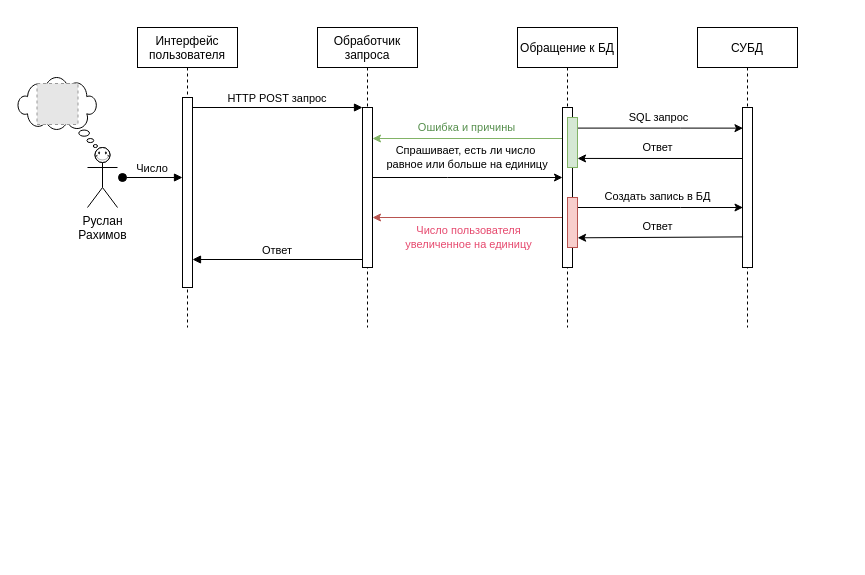
rmrakhimov/achive_2 keeps this draw.io diagram as Sequence.drawio. Above is the earlier version. Source tidied: cells renumbered, new cells numbered last; positions are measured from the earlier drawing's top-left corner, leaving out a move shared by most shapes. Both pictures are drawn from the tidied source at 100%, with x=0, y=0 at pixel (17, 27). Pictures stored in the file or linked from it are replaced by grey dashed boxes.
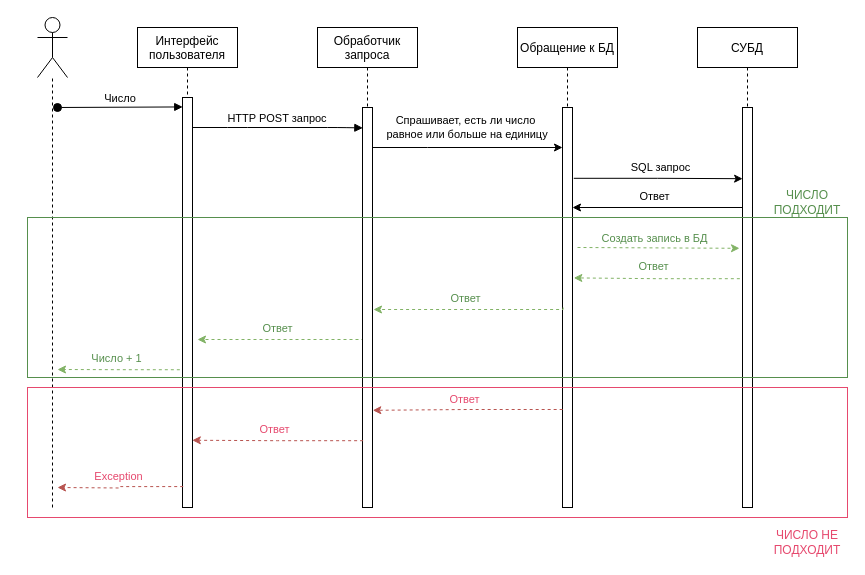
After the change.

Change to the diagram source:
```diff
@@
-    <mxCell id="2" value="Создать запись в БД" style="edgeStyle=orthogonalEdgeStyle;rounded=0;orthogonalLoop=1;jettySize=auto;html=1;entryX=0.047;entryY=0.129;entryDx=0;entryDy=0;entryPerimeter=0;" parent="1" edge="1">
-      <mxGeometry x="0.03" y="11" relative="1" as="geometry">
-        <mxPoint x="550" y="180" as="sourcePoint" />
-        <mxPoint x="725.5" y="180" as="targetPoint" />
-        <Array as="points">
-          <mxPoint x="663.1" y="179.4" />
-        </Array>
-      </mxGeometry>
-    </mxCell>
-    <mxCell id="3" value="Ответ" style="edgeStyle=orthogonalEdgeStyle;rounded=0;jettySize=auto;html=1;entryX=1.004;entryY=0.819;entryDx=0;entryDy=0;entryPerimeter=0;" parent="1" edge="1" target="17">
-      <mxGeometry x="0.04" y="-11" relative="1" as="geometry">
-        <mxPoint x="725.5" y="130" as="sourcePoint" />
-        <Array as="points">
-          <mxPoint x="726" y="131" />
-        </Array>
-      </mxGeometry>
-    </mxCell>
     <mxCell id="4" value="Интерфейс&#10;пользователя" style="shape=umlLifeline;perimeter=lifelinePerimeter;rounded=0;shadow=0;strokeWidth=1;" parent="1" vertex="1">
-      <mxGeometry x="120" width="100" height="300" as="geometry" />
+      <mxGeometry x="120" width="100" height="480" as="geometry" />
     </mxCell>
     <mxCell id="5" style="points=[];perimeter=orthogonalPerimeter;rounded=0;shadow=0;strokeWidth=1;" parent="4" vertex="1">
-      <mxGeometry x="45" y="70" width="10" height="190" as="geometry" />
+      <mxGeometry x="45" y="70" width="10" height="410" as="geometry" />
     </mxCell>
-    <mxCell id="6" value="Число" style="verticalAlign=bottom;startArrow=oval;endArrow=block;startSize=8;shadow=0;strokeWidth=1;" parent="4" edge="1">
-      <mxGeometry relative="1" as="geometry">
-        <mxPoint x="-15" y="150" as="sourcePoint" />
-        <mxPoint x="45" y="150" as="targetPoint" />
-      </mxGeometry>
-    </mxCell>
+    <mxCell id="26" value="Ответ" style="edgeStyle=orthogonalEdgeStyle;rounded=0;orthogonalLoop=1;jettySize=auto;html=1;exitX=0.061;exitY=0.531;exitDx=0;exitDy=0;exitPerimeter=0;dashed=1;fillColor=#d5e8d4;strokeColor=#82b366;fontColor=#568F4D;" parent="4" edge="1">
+      <mxGeometry x="0.04" y="-11" relative="1" as="geometry">
+        <mxPoint x="225" y="310" as="sourcePoint" />
+        <mxPoint x="60" y="312" as="targetPoint" />
+        <Array as="points">
+          <mxPoint x="225.4" y="312" />
+        </Array>
+      </mxGeometry>
+    </mxCell>
     <mxCell id="7" value="Спрашивает, есть ли число&lt;br&gt;&amp;nbsp;равное или больше на единицу" style="edgeStyle=orthogonalEdgeStyle;rounded=0;jettySize=auto;html=1;" parent="1" edge="1" source="8" target="16">
       <mxGeometry y="20" relative="1" as="geometry">
         <Array as="points">
-          <mxPoint x="430" y="150" />
-          <mxPoint x="430" y="150" />
+          <mxPoint x="410" y="120" />
+          <mxPoint x="410" y="120" />
         </Array>
       </mxGeometry>
     </mxCell>
     <mxCell id="8" value="Обработчик&#10;запроса" style="shape=umlLifeline;perimeter=lifelinePerimeter;rounded=0;shadow=0;strokeWidth=1;" parent="1" vertex="1">
-      <mxGeometry x="300" width="100" height="300" as="geometry" />
+      <mxGeometry x="300" width="100" height="480" as="geometry" />
     </mxCell>
     <mxCell id="9" style="points=[];perimeter=orthogonalPerimeter;rounded=0;shadow=0;strokeWidth=1;" parent="8" vertex="1">
-      <mxGeometry x="45" y="80" width="10" height="160" as="geometry" />
+      <mxGeometry x="45" y="80" width="10" height="400" as="geometry" />
     </mxCell>
-    <mxCell id="10" value="&lt;font color=&quot;#568f4d&quot;&gt;Ошибка и причины&lt;/font&gt;" style="edgeStyle=orthogonalEdgeStyle;rounded=0;jettySize=auto;html=1;entryX=1.004;entryY=0.819;entryDx=0;entryDy=0;entryPerimeter=0;exitX=-0.044;exitY=0.387;exitDx=0;exitDy=0;exitPerimeter=0;fillColor=#d5e8d4;strokeColor=#82b366;" parent="8" edge="1" source="17">
-      <mxGeometry x="0.04" y="-11" relative="1" as="geometry">
-        <mxPoint x="55" y="111" as="targetPoint" />
-        <Array as="points">
-          <mxPoint x="250" y="111" />
-        </Array>
-      </mxGeometry>
-    </mxCell>
-    <mxCell id="11" value="&lt;font color=&quot;#e6496e&quot;&gt;Число пользователя&lt;br&gt;увеличенное на единицу&lt;/font&gt;" style="edgeStyle=orthogonalEdgeStyle;rounded=0;jettySize=auto;html=1;fillColor=#f8cecc;strokeColor=#b85450;" parent="8" edge="1" source="15">
-      <mxGeometry x="0.02" y="20" relative="1" as="geometry">
-        <mxPoint x="55" y="190" as="targetPoint" />
-        <Array as="points">
-          <mxPoint x="55" y="190" />
-        </Array>
-      </mxGeometry>
-    </mxCell>
-    <mxCell id="12" value="Ответ" style="verticalAlign=bottom;endArrow=block;endSize=6;exitX=0;exitY=0.95;shadow=0;strokeWidth=1;endFill=1;" parent="1" edge="1" source="9" target="5">
-      <mxGeometry relative="1" as="geometry" />
-    </mxCell>
-    <mxCell id="13" value="HTTP POST запрос" style="verticalAlign=bottom;endArrow=block;entryX=0;entryY=0;shadow=0;strokeWidth=1;" parent="1" edge="1" source="5" target="9">
-      <mxGeometry relative="1" as="geometry" />
+    <mxCell id="13" value="HTTP POST запрос" style="verticalAlign=bottom;endArrow=block;shadow=0;strokeWidth=1;entryX=0.033;entryY=0.051;entryDx=0;entryDy=0;entryPerimeter=0;" parent="1" edge="1" source="5" target="9">
+      <mxGeometry relative="1" as="geometry">
+        <Array as="points">
+          <mxPoint x="220" y="100" />
+          <mxPoint x="320" y="100" />
+        </Array>
+      </mxGeometry>
     </mxCell>
-    <mxCell id="14" value="SQL запрос" style="edgeStyle=orthogonalEdgeStyle;rounded=0;jettySize=auto;html=1;entryX=0.047;entryY=0.129;entryDx=0;entryDy=0;entryPerimeter=0;" parent="1" edge="1" source="15" target="20">
-      <mxGeometry x="0.03" y="11" relative="1" as="geometry">
-        <Array as="points">
-          <mxPoint x="663" y="100" />
-        </Array>
-      </mxGeometry>
+    <mxCell id="14" value="SQL запрос" style="edgeStyle=orthogonalEdgeStyle;rounded=0;jettySize=auto;html=1;exitX=1.128;exitY=0.177;exitDx=0;exitDy=0;exitPerimeter=0;entryX=0.01;entryY=0.178;entryDx=0;entryDy=0;entryPerimeter=0;" parent="1" edge="1" source="16" target="20">
+      <mxGeometry x="0.03" y="11" relative="1" as="geometry" />
     </mxCell>
     <mxCell id="15" value="Обращение к БД" style="shape=umlLifeline;perimeter=lifelinePerimeter;rounded=0;shadow=0;strokeWidth=1;" parent="1" vertex="1">
-      <mxGeometry x="500" width="100" height="300" as="geometry" />
+      <mxGeometry x="500" width="100" height="480" as="geometry" />
     </mxCell>
     <mxCell id="16" style="points=[];perimeter=orthogonalPerimeter;rounded=0;shadow=0;strokeWidth=1;" parent="15" vertex="1">
-      <mxGeometry x="45" y="80" width="10" height="160" as="geometry" />
+      <mxGeometry x="45" y="80" width="10" height="400" as="geometry" />
     </mxCell>
-    <mxCell id="17" style="points=[];perimeter=orthogonalPerimeter;rounded=0;shadow=0;strokeWidth=1;fillColor=#d5e8d4;strokeColor=#82b366;" parent="15" vertex="1">
-      <mxGeometry x="50" y="90" width="10" height="50" as="geometry" />
-    </mxCell>
-    <mxCell id="18" style="perimeter=orthogonalPerimeter;rounded=0;shadow=0;strokeWidth=1;fillColor=#f8cecc;strokeColor=#b85450;" parent="15" vertex="1">
-      <mxGeometry x="50" y="170" width="10" height="50" as="geometry" />
-    </mxCell>
+    <mxCell id="27" style="endArrow=classic;dashed=1;html=1;rounded=0;entryX=-0.3;entryY=0.352;entryDx=0;entryDy=0;entryPerimeter=0;fillColor=#d5e8d4;strokeColor=#82b366;endFill=1;" parent="15" edge="1" target="20">
+      <mxGeometry relative="1" as="geometry">
+        <mxPoint x="60" y="220" as="sourcePoint" />
+      </mxGeometry>
+    </mxCell>
+    <mxCell id="2" value="&lt;font color=&quot;#568f4d&quot;&gt;Создать запись в БД&lt;/font&gt;" style="edgeLabel;html=1;align=center;verticalAlign=middle;fontColor=#97D077;" parent="27" vertex="1">
+      <mxGeometry x="0.21" y="-1" relative="1" as="geometry">
+        <mxPoint x="-21" y="-11" as="offset" />
+      </mxGeometry>
+    </mxCell>
     <mxCell id="19" value="СУБД" style="shape=umlLifeline;perimeter=lifelinePerimeter;rounded=0;shadow=0;strokeWidth=1;" parent="1" vertex="1">
-      <mxGeometry x="680" width="100" height="300" as="geometry" />
+      <mxGeometry x="680" width="100" height="480" as="geometry" />
     </mxCell>
     <mxCell id="20" style="points=[];perimeter=orthogonalPerimeter;rounded=0;shadow=0;strokeWidth=1;" parent="19" vertex="1">
-      <mxGeometry x="45" y="80" width="10" height="160" as="geometry" />
+      <mxGeometry x="45" y="80" width="10" height="400" as="geometry" />
     </mxCell>
-    <mxCell id="21" value="Руслан&lt;br&gt;Рахимов" style="shape=umlActor;verticalLabelPosition=bottom;verticalAlign=top;html=1;outlineConnect=0;" parent="1" vertex="1">
-      <mxGeometry x="70" y="120" width="30" height="60" as="geometry" />
+    <mxCell id="21" style="shape=umlActor;verticalLabelPosition=bottom;verticalAlign=top;html=1;outlineConnect=0;" parent="1" vertex="1">
+      <mxGeometry x="20" y="-10" width="30" height="60" as="geometry" />
     </mxCell>
-    <mxCell id="22" style="verticalLabelPosition=bottom;verticalAlign=top;html=1;shape=mxgraph.basic.smiley;" parent="1" vertex="1">
-      <mxGeometry x="77.5" y="120" width="15" height="15" as="geometry" />
-    </mxCell>
-    <mxCell id="23" style="whiteSpace=wrap;html=1;shape=mxgraph.basic.cloud_callout;fontSize=6;flipH=1;" parent="1" vertex="1">
-      <mxGeometry y="50" width="80" height="70" as="geometry" />
-    </mxCell>
-    <mxCell id="24" style="fillColor=#E6E6E6;strokeColor=#999999;dashed=1;verticalLabelPosition=bottom;labelBackgroundColor=default;verticalAlign=top;" parent="1" vertex="1">
-      <mxGeometry x="19.5" y="56" width="41" height="41" as="geometry" />
-    </mxCell>
-    <mxCell id="25" value="Ответ" style="edgeStyle=orthogonalEdgeStyle;rounded=0;orthogonalLoop=1;jettySize=auto;html=1;entryX=1.004;entryY=0.819;entryDx=0;entryDy=0;entryPerimeter=0;" parent="1" edge="1">
+    <mxCell id="25" value="Ответ" style="edgeStyle=orthogonalEdgeStyle;rounded=0;jettySize=auto;html=1;" parent="1" edge="1" target="16">
       <mxGeometry x="0.04" y="-11" relative="1" as="geometry">
-        <mxPoint x="725.6" y="209.4" as="sourcePoint" />
-        <mxPoint x="560.1" y="210.3" as="targetPoint" />
+        <mxPoint x="725" y="180" as="sourcePoint" />
         <Array as="points">
-          <mxPoint x="726.1" y="210.4" />
+          <mxPoint x="725" y="180" />
         </Array>
       </mxGeometry>
     </mxCell>
+    <mxCell id="28" style="endArrow=none;dashed=1;html=1;rounded=0;" parent="1" edge="1" target="21">
+      <mxGeometry relative="1" as="geometry">
+        <mxPoint x="35" y="480" as="sourcePoint" />
+      </mxGeometry>
+    </mxCell>
+    <mxCell id="6" value="Число" style="verticalAlign=bottom;startArrow=oval;endArrow=block;startSize=8;shadow=0;strokeWidth=1;entryX=0.022;entryY=0.023;entryDx=0;entryDy=0;entryPerimeter=0;" parent="1" edge="1" target="5">
+      <mxGeometry relative="1" as="geometry">
+        <mxPoint x="40" y="80" as="sourcePoint" />
+      </mxGeometry>
+    </mxCell>
+    <mxCell id="29" value="Ответ" style="edgeStyle=orthogonalEdgeStyle;rounded=0;jettySize=auto;html=1;entryX=1.128;entryY=0.426;entryDx=0;entryDy=0;entryPerimeter=0;exitX=-0.266;exitY=0.428;exitDx=0;exitDy=0;exitPerimeter=0;dashed=1;fillColor=#d5e8d4;strokeColor=#82b366;fontColor=#568F4D;" parent="1" edge="1" source="20" target="16">
+      <mxGeometry x="0.04" y="-11" relative="1" as="geometry" />
+    </mxCell>
+    <mxCell id="30" value="Ответ" style="edgeStyle=orthogonalEdgeStyle;rounded=0;orthogonalLoop=1;jettySize=auto;html=1;exitX=0.061;exitY=0.531;exitDx=0;exitDy=0;exitPerimeter=0;dashed=1;fillColor=#d5e8d4;strokeColor=#82b366;fontColor=#568F4D;" parent="1" edge="1">
+      <mxGeometry x="0.04" y="-11" relative="1" as="geometry">
+        <mxPoint x="545.6" y="280" as="sourcePoint" />
+        <mxPoint x="356" y="282" as="targetPoint" />
+        <Array as="points">
+          <mxPoint x="546" y="282" />
+        </Array>
+      </mxGeometry>
+    </mxCell>
+    <mxCell id="31" value="Число + 1" style="edgeStyle=orthogonalEdgeStyle;rounded=0;jettySize=auto;html=1;dashed=1;fillColor=#d5e8d4;strokeColor=#82b366;fontColor=#568F4D;exitX=-0.266;exitY=0.664;exitDx=0;exitDy=0;exitPerimeter=0;" parent="1" edge="1" source="5">
+      <mxGeometry x="0.04" y="-11" relative="1" as="geometry">
+        <mxPoint x="40" y="342" as="targetPoint" />
+      </mxGeometry>
+    </mxCell>
+    <mxCell id="32" value="Ответ" style="edgeStyle=orthogonalEdgeStyle;rounded=0;jettySize=auto;html=1;dashed=1;fillColor=#f8cecc;strokeColor=#b85450;fontColor=#E6496E;exitX=0.016;exitY=0.755;exitDx=0;exitDy=0;exitPerimeter=0;entryX=1.028;entryY=0.757;entryDx=0;entryDy=0;entryPerimeter=0;" parent="1" edge="1" source="16" target="9">
+      <mxGeometry x="0.04" y="-11" relative="1" as="geometry" />
+    </mxCell>
+    <mxCell id="33" style="rounded=0;whiteSpace=wrap;html=1;fillColor=none;strokeColor=#568F4D;" parent="1" vertex="1">
+      <mxGeometry x="10" y="190" width="820" height="160" as="geometry" />
+    </mxCell>
+    <mxCell id="34" value="ЧИСЛО ПОДХОДИТ" style="text;html=1;strokeColor=none;fillColor=none;align=center;verticalAlign=middle;whiteSpace=wrap;rounded=0;dashed=1;fontColor=#568F4D;" parent="1" vertex="1">
+      <mxGeometry x="760" y="160" width="60" height="30" as="geometry" />
+    </mxCell>
+    <mxCell id="12" value="Ответ" style="edgeStyle=orthogonalEdgeStyle;rounded=0;jettySize=auto;html=1;entryX=0.98;entryY=0.836;entryDx=0;entryDy=0;entryPerimeter=0;dashed=1;fillColor=#f8cecc;strokeColor=#b85450;fontColor=#E6496E;exitX=0.062;exitY=0.833;exitDx=0;exitDy=0;exitPerimeter=0;" parent="1" edge="1" source="9" target="5">
+      <mxGeometry x="0.04" y="-11" relative="1" as="geometry" />
+    </mxCell>
+    <mxCell id="35" value="Exception" style="edgeStyle=orthogonalEdgeStyle;rounded=0;jettySize=auto;html=1;dashed=1;fillColor=#f8cecc;strokeColor=#b85450;fontColor=#E6496E;exitX=0.069;exitY=0.949;exitDx=0;exitDy=0;exitPerimeter=0;" parent="1" edge="1" source="5">
+      <mxGeometry x="0.04" y="-11" relative="1" as="geometry">
+        <mxPoint x="40" y="460" as="targetPoint" />
+      </mxGeometry>
+    </mxCell>
+    <mxCell id="36" style="rounded=0;whiteSpace=wrap;html=1;fillColor=none;strokeColor=#E6496E;" parent="1" vertex="1">
+      <mxGeometry x="10" y="360" width="820" height="130" as="geometry" />
+    </mxCell>
+    <mxCell id="37" value="ЧИСЛО НЕ ПОДХОДИТ" style="text;html=1;strokeColor=none;fillColor=none;align=center;verticalAlign=middle;whiteSpace=wrap;rounded=0;fontColor=#E6496E;" parent="1" vertex="1">
+      <mxGeometry x="760" y="500" width="60" height="30" as="geometry" />
+    </mxCell>
```
